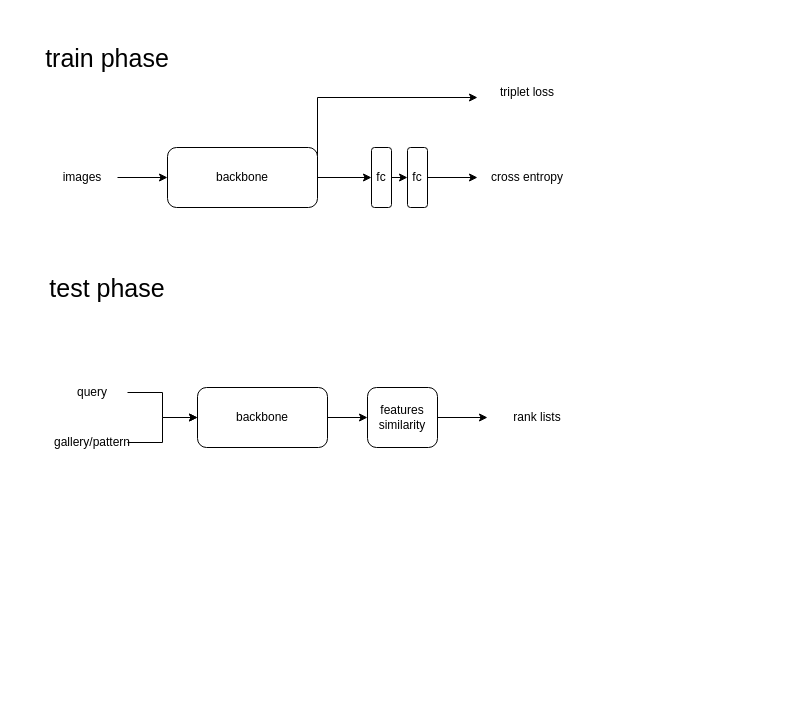
The draw.io diagram phone color.drawio in Linranran/my_images, before the edit. Source tidied: cells renumbered, new cells numbered last; positions are measured from the earlier drawing's top-left corner, leaving out a move shared by most shapes. Both pictures are drawn from the tidied source at 100%, with x=0, y=0 at pixel (17, 17).
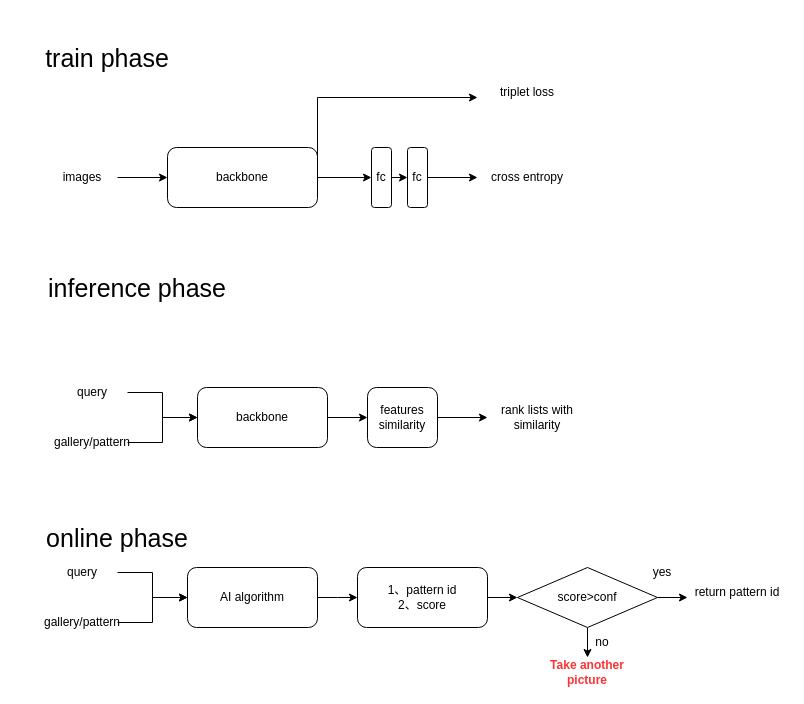
Above is the later version.

What changed in the source:
```diff
@@
-    <mxCell id="12" value="&lt;font style=&quot;font-size: 25px&quot;&gt;test phase&lt;/font&gt;" style="text;html=1;strokeColor=none;fillColor=none;align=center;verticalAlign=middle;whiteSpace=wrap;rounded=0;" parent="1" vertex="1">
-      <mxGeometry y="230" width="180" height="80" as="geometry" />
+    <mxCell id="12" value="&lt;font style=&quot;font-size: 25px&quot;&gt;inference phase&lt;/font&gt;" style="text;html=1;strokeColor=none;fillColor=none;align=center;verticalAlign=middle;whiteSpace=wrap;rounded=0;" parent="1" vertex="1">
+      <mxGeometry x="10" y="230" width="220" height="80" as="geometry" />
     </mxCell>
@@
-    <mxCell id="23" value="rank lists" style="text;html=1;strokeColor=none;fillColor=none;align=center;verticalAlign=middle;whiteSpace=wrap;rounded=0;" parent="1" vertex="1">
+    <mxCell id="23" value="rank lists with similarity" style="text;html=1;strokeColor=none;fillColor=none;align=center;verticalAlign=middle;whiteSpace=wrap;rounded=0;" parent="1" vertex="1">
       <mxGeometry x="470" y="385" width="100" height="30" as="geometry" />
     </mxCell>
+    <mxCell id="24" value="&lt;font style=&quot;font-size: 25px&quot;&gt;online phase&lt;/font&gt;" style="text;html=1;strokeColor=none;fillColor=none;align=center;verticalAlign=middle;whiteSpace=wrap;rounded=0;" parent="1" vertex="1">
+      <mxGeometry x="10" y="480" width="180" height="80" as="geometry" />
+    </mxCell>
+    <mxCell id="25" style="edgeStyle=orthogonalEdgeStyle;rounded=0;jettySize=auto;html=1;fontSize=25;" parent="1" edge="1" source="26">
+      <mxGeometry relative="1" as="geometry">
+        <mxPoint x="340" y="580" as="targetPoint" />
+      </mxGeometry>
+    </mxCell>
+    <mxCell id="26" value="AI algorithm" style="rounded=1;whiteSpace=wrap;html=1;" parent="1" vertex="1">
+      <mxGeometry x="170" y="550" width="130" height="60" as="geometry" />
+    </mxCell>
+    <mxCell id="27" style="edgeStyle=orthogonalEdgeStyle;rounded=0;jettySize=auto;html=1;fontSize=25;" parent="1" edge="1" source="28" target="26">
+      <mxGeometry relative="1" as="geometry" />
+    </mxCell>
+    <mxCell id="28" value="query" style="text;html=1;strokeColor=none;fillColor=none;align=center;verticalAlign=middle;whiteSpace=wrap;rounded=0;" parent="1" vertex="1">
+      <mxGeometry x="30" y="540" width="70" height="30" as="geometry" />
+    </mxCell>
+    <mxCell id="29" style="edgeStyle=orthogonalEdgeStyle;rounded=0;jettySize=auto;html=1;fontSize=25;" parent="1" edge="1" source="30" target="26">
+      <mxGeometry relative="1" as="geometry" />
+    </mxCell>
+    <mxCell id="30" value="gallery/pattern" style="text;html=1;strokeColor=none;fillColor=none;align=center;verticalAlign=middle;whiteSpace=wrap;rounded=0;" parent="1" vertex="1">
+      <mxGeometry x="30" y="590" width="70" height="30" as="geometry" />
+    </mxCell>
+    <mxCell id="31" style="edgeStyle=orthogonalEdgeStyle;rounded=0;jettySize=auto;html=1;exitX=1;exitY=0.5;exitDx=0;exitDy=0;entryX=0;entryY=0.5;entryDx=0;entryDy=0;" parent="1" edge="1" source="32" target="35">
+      <mxGeometry relative="1" as="geometry" />
+    </mxCell>
+    <mxCell id="32" value="1、pattern id&lt;br&gt;2、score" style="rounded=1;whiteSpace=wrap;html=1;" parent="1" vertex="1">
+      <mxGeometry x="340" y="550" width="130" height="60" as="geometry" />
+    </mxCell>
+    <mxCell id="33" style="edgeStyle=orthogonalEdgeStyle;rounded=0;jettySize=auto;html=1;exitX=1;exitY=0.5;exitDx=0;exitDy=0;" parent="1" edge="1" source="35">
+      <mxGeometry relative="1" as="geometry">
+        <mxPoint x="670" y="580" as="targetPoint" />
+      </mxGeometry>
+    </mxCell>
+    <mxCell id="34" style="edgeStyle=orthogonalEdgeStyle;rounded=0;jettySize=auto;html=1;exitX=0.5;exitY=1;exitDx=0;exitDy=0;fontColor=#FF3333;" parent="1" edge="1" source="35" target="37">
+      <mxGeometry relative="1" as="geometry" />
+    </mxCell>
+    <mxCell id="35" value="score&amp;gt;conf" style="rhombus;whiteSpace=wrap;html=1;" parent="1" vertex="1">
+      <mxGeometry x="500" y="550" width="140" height="60" as="geometry" />
+    </mxCell>
+    <mxCell id="36" value="return pattern id" style="text;html=1;strokeColor=none;fillColor=none;align=center;verticalAlign=middle;whiteSpace=wrap;rounded=0;" parent="1" vertex="1">
+      <mxGeometry x="670" y="560" width="100" height="30" as="geometry" />
+    </mxCell>
+    <mxCell id="37" value="&lt;b&gt;&lt;font color=&quot;#ff3333&quot;&gt;Take another picture&lt;/font&gt;&lt;/b&gt;" style="text;html=1;strokeColor=none;fillColor=none;align=center;verticalAlign=middle;whiteSpace=wrap;rounded=0;" parent="1" vertex="1">
+      <mxGeometry x="520" y="640" width="100" height="30" as="geometry" />
+    </mxCell>
+    <mxCell id="38" value="yes" style="text;html=1;strokeColor=none;fillColor=none;align=center;verticalAlign=middle;whiteSpace=wrap;rounded=0;" parent="1" vertex="1">
+      <mxGeometry x="630" y="540" width="30" height="30" as="geometry" />
+    </mxCell>
+    <mxCell id="39" value="no" style="text;html=1;strokeColor=none;fillColor=none;align=center;verticalAlign=middle;whiteSpace=wrap;rounded=0;" parent="1" vertex="1">
+      <mxGeometry x="570" y="610" width="30" height="30" as="geometry" />
+    </mxCell>
```
